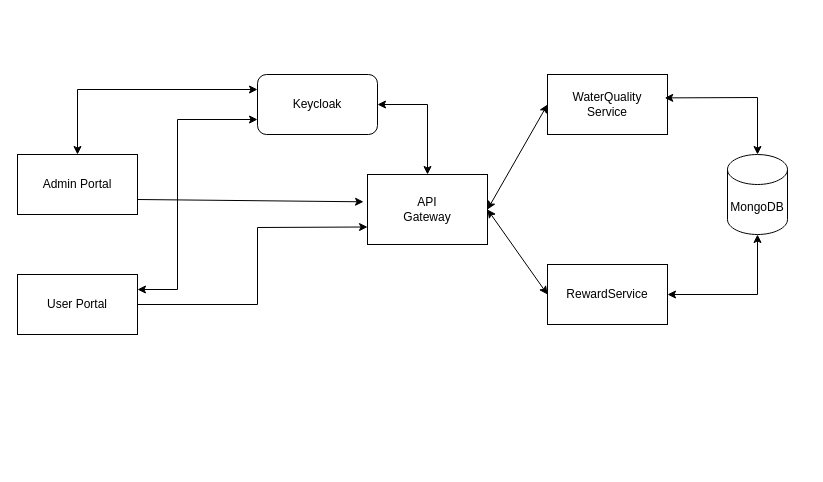
This is WaterQualityMonitoring_Flow_Diagram.drawio from nadeemshaik7050/WaterQualityMonitoringSystem, a draw.io file, before an edit. Source tidied: cells renumbered, new cells numbered last; positions are measured from the earlier drawing's top-left corner, leaving out a move shared by most shapes. Both pictures are drawn from the tidied source at 100%, with x=0, y=0 at pixel (17, 74).
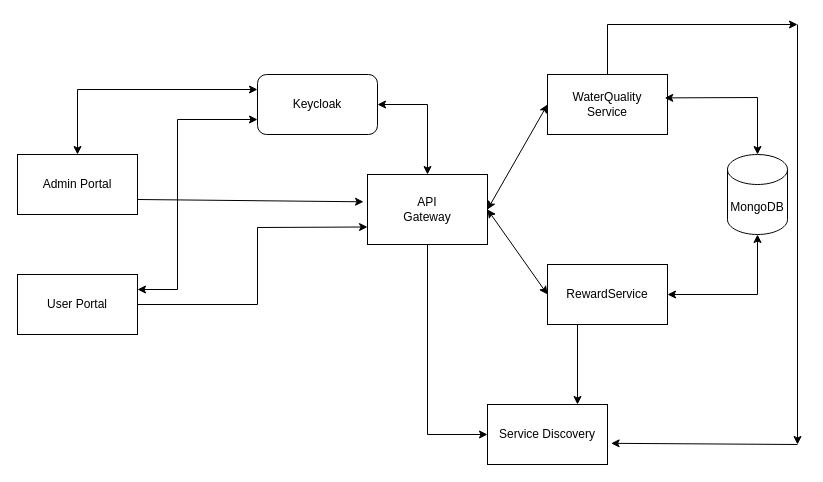
The same page after the edit.

The change refers to these unchanged cells:
```xml
<mxCell id="3" value="WaterQuality&lt;br&gt;Service" style="rounded=0;whiteSpace=wrap;html=1;" parent="1" vertex="1">
  <mxGeometry x="530" width="120" height="60" as="geometry" />
</mxCell>
<mxCell id="4" value="RewardService" style="rounded=0;whiteSpace=wrap;html=1;" parent="1" vertex="1">
  <mxGeometry x="530" y="190" width="120" height="60" as="geometry" />
</mxCell>
<mxCell id="12" value="API&lt;br&gt;Gateway" style="rounded=0;whiteSpace=wrap;html=1;" parent="1" vertex="1">
  <mxGeometry x="350" y="100" width="120" height="70" as="geometry" />
</mxCell>
```

Diff of the diagram source:
```diff
@@
+    <mxCell id="18" value="Service Discovery" style="rounded=0;whiteSpace=wrap;html=1;" parent="1" vertex="1">
+      <mxGeometry x="470" y="330" width="120" height="60" as="geometry" />
+    </mxCell>
+    <mxCell id="19" style="endArrow=classic;html=1;rounded=0;exitX=0.5;exitY=1;exitDx=0;exitDy=0;entryX=0;entryY=0.5;entryDx=0;entryDy=0;" parent="1" edge="1" source="12" target="18">
+      <mxGeometry relative="1" as="geometry">
+        <Array as="points">
+          <mxPoint x="410" y="360" />
+        </Array>
+      </mxGeometry>
+    </mxCell>
+    <mxCell id="20" style="endArrow=classic;html=1;rounded=0;entryX=0.75;entryY=0;entryDx=0;entryDy=0;exitX=0.25;exitY=1;exitDx=0;exitDy=0;" parent="1" edge="1" source="4" target="18">
+      <mxGeometry relative="1" as="geometry" />
+    </mxCell>
+    <mxCell id="21" style="endArrow=classic;html=1;rounded=0;exitX=0.5;exitY=0;exitDx=0;exitDy=0;" parent="1" edge="1" source="3">
+      <mxGeometry relative="1" as="geometry">
+        <mxPoint x="780" y="-50" as="targetPoint" />
+        <Array as="points">
+          <mxPoint x="590" y="-50" />
+        </Array>
+      </mxGeometry>
+    </mxCell>
+    <mxCell id="22" style="endArrow=classic;html=1;rounded=0;entryX=1.03;entryY=0.647;entryDx=0;entryDy=0;entryPerimeter=0;" parent="1" edge="1" target="18">
+      <mxGeometry relative="1" as="geometry">
+        <mxPoint x="780" y="370" as="sourcePoint" />
+      </mxGeometry>
+    </mxCell>
+    <mxCell id="23" style="endArrow=classic;html=1;rounded=0;" parent="1" edge="1">
+      <mxGeometry relative="1" as="geometry">
+        <mxPoint x="780" y="-50" as="sourcePoint" />
+        <mxPoint x="780" y="370" as="targetPoint" />
+      </mxGeometry>
+    </mxCell>
```
